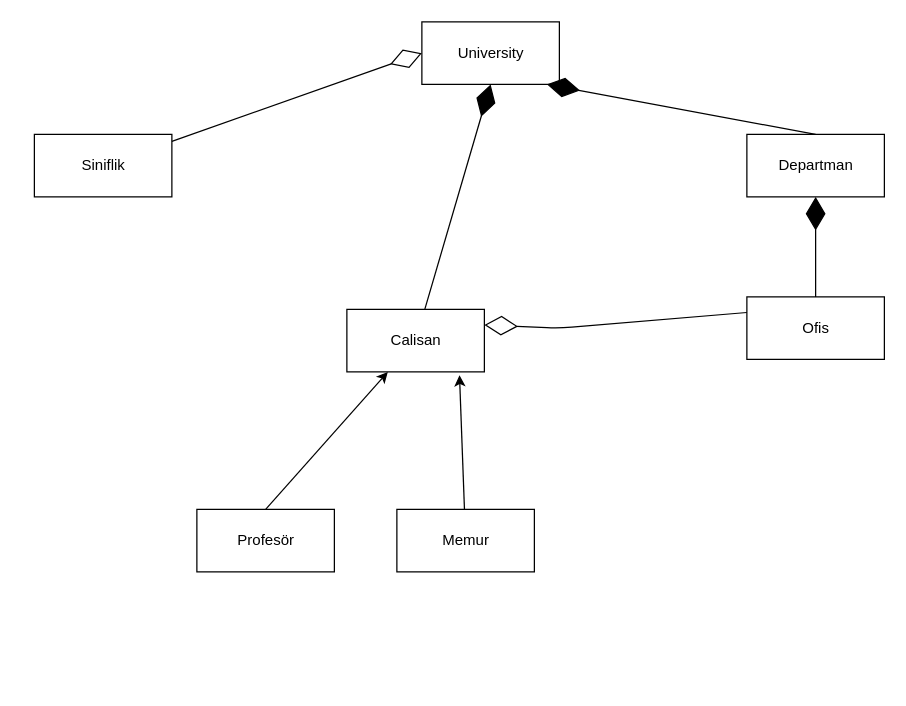
Before: src/umldiagrams/universite.drawio in korkmazalper/oop, a draw.io diagram. Source tidied: cells renumbered, new cells numbered last; positions are measured from the earlier drawing's top-left corner, leaving out a move shared by most shapes. Both pictures are drawn from the tidied source at 125%, with x=0, y=0 at pixel (34, 21).
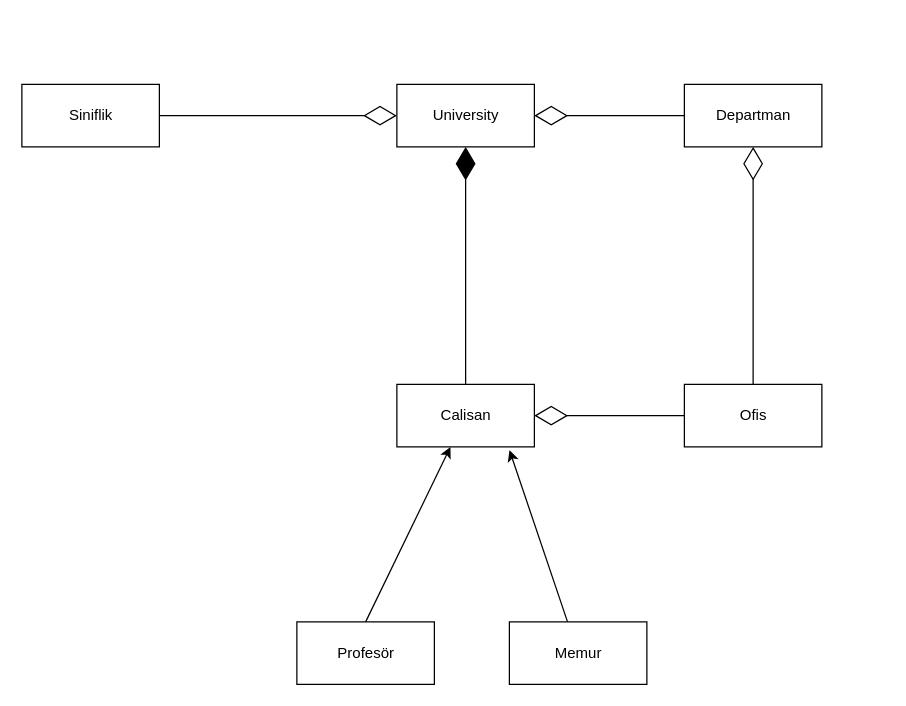
After the change.

Commit message (it also covers changes not shown here):
universite modeli

What changed in the source:
```diff
@@
 <mxGraphModel>
   <root>
     <mxCell id="0" />
     <mxCell id="1" parent="0" />
     <mxCell id="2" value="University" style="html=1;" parent="1" vertex="1">
-      <mxGeometry x="310" width="110" height="50" as="geometry" />
+      <mxGeometry x="290" y="50" width="110" height="50" as="geometry" />
     </mxCell>
     <mxCell id="3" value="Siniflik" style="html=1;" parent="1" vertex="1">
-      <mxGeometry y="90" width="110" height="50" as="geometry" />
+      <mxGeometry x="-10" y="50" width="110" height="50" as="geometry" />
     </mxCell>
-    <mxCell id="4" style="endArrow=diamondThin;endFill=0;endSize=24;html=1;" parent="1" edge="1" source="3">
-      <mxGeometry relative="1" as="geometry">
-        <mxPoint x="310" y="25" as="targetPoint" />
-      </mxGeometry>
+    <mxCell id="4" style="endArrow=diamondThin;endFill=0;endSize=24;html=1;" parent="1" edge="1" source="3" target="2">
+      <mxGeometry relative="1" as="geometry" />
     </mxCell>
     <mxCell id="5" style="edgeStyle=none;html=1;exitX=0.5;exitY=0;exitDx=0;exitDy=0;" parent="1" edge="1" source="9" target="7">
       <mxGeometry relative="1" as="geometry" />
     </mxCell>
     <mxCell id="6" style="edgeStyle=none;html=1;entryX=0.819;entryY=1.053;entryDx=0;entryDy=0;entryPerimeter=0;" parent="1" edge="1" source="10" target="7">
       <mxGeometry relative="1" as="geometry" />
     </mxCell>
     <mxCell id="7" value="Calisan" style="html=1;" parent="1" vertex="1">
-      <mxGeometry x="250" y="230" width="110" height="50" as="geometry" />
+      <mxGeometry x="290" y="290" width="110" height="50" as="geometry" />
     </mxCell>
     <mxCell id="8" style="endArrow=diamondThin;endFill=1;endSize=24;html=1;entryX=0.5;entryY=1;entryDx=0;entryDy=0;" parent="1" edge="1" source="7" target="2">
       <mxGeometry relative="1" as="geometry" />
     </mxCell>
     <mxCell id="9" value="Profesör" style="html=1;" parent="1" vertex="1">
-      <mxGeometry x="130" y="390" width="110" height="50" as="geometry" />
+      <mxGeometry x="210" y="480" width="110" height="50" as="geometry" />
     </mxCell>
     <mxCell id="10" value="Memur" style="html=1;" parent="1" vertex="1">
-      <mxGeometry x="290" y="390" width="110" height="50" as="geometry" />
+      <mxGeometry x="380" y="480" width="110" height="50" as="geometry" />
     </mxCell>
     <mxCell id="11" value="Departman" style="html=1;" parent="1" vertex="1">
-      <mxGeometry x="570" y="90" width="110" height="50" as="geometry" />
+      <mxGeometry x="520" y="50" width="110" height="50" as="geometry" />
     </mxCell>
+    <mxCell id="13" value="Ofis" style="html=1;" parent="1" vertex="1">
+      <mxGeometry x="520" y="290" width="110" height="50" as="geometry" />
+    </mxCell>
+    <mxCell id="15" style="endArrow=diamondThin;endFill=0;endSize=24;html=1;entryX=1;entryY=0.5;entryDx=0;entryDy=0;exitX=0;exitY=0.5;exitDx=0;exitDy=0;" parent="1" edge="1" source="13" target="7">
+      <mxGeometry relative="1" as="geometry" />
+    </mxCell>
-    <mxCell id="12" style="endArrow=diamondThin;endFill=1;endSize=24;html=1;entryX=0.909;entryY=1;entryDx=0;entryDy=0;entryPerimeter=0;exitX=0.5;exitY=0;exitDx=0;exitDy=0;" parent="1" edge="1" source="11" target="2">
+    <mxCell id="12" style="endArrow=diamondThin;endFill=0;endSize=24;html=1;entryX=1;entryY=0.5;entryDx=0;entryDy=0;exitX=0;exitY=0.5;exitDx=0;exitDy=0;" parent="1" edge="1" source="11" target="2">
       <mxGeometry relative="1" as="geometry" />
     </mxCell>
-    <mxCell id="13" value="Ofis" style="html=1;" parent="1" vertex="1">
-      <mxGeometry x="570" y="220" width="110" height="50" as="geometry" />
-    </mxCell>
-    <mxCell id="14" style="endArrow=diamondThin;endFill=1;endSize=24;html=1;entryX=0.5;entryY=1;entryDx=0;entryDy=0;exitX=0.5;exitY=0;exitDx=0;exitDy=0;" parent="1" edge="1" source="13" target="11">
+    <mxCell id="14" style="endArrow=diamondThin;endFill=0;endSize=24;html=1;entryX=0.5;entryY=1;entryDx=0;entryDy=0;exitX=0.5;exitY=0;exitDx=0;exitDy=0;" parent="1" edge="1" source="13" target="11">
       <mxGeometry relative="1" as="geometry" />
     </mxCell>
-    <mxCell id="15" style="endArrow=diamondThin;endFill=0;endSize=24;html=1;entryX=1;entryY=0.25;entryDx=0;entryDy=0;exitX=0;exitY=0.25;exitDx=0;exitDy=0;" parent="1" edge="1" source="13" target="7">
-      <mxGeometry relative="1" as="geometry">
-        <Array as="points">
-          <mxPoint x="420" y="245" />
-        </Array>
-      </mxGeometry>
-    </mxCell>
   </root>
 </mxGraphModel>
```
